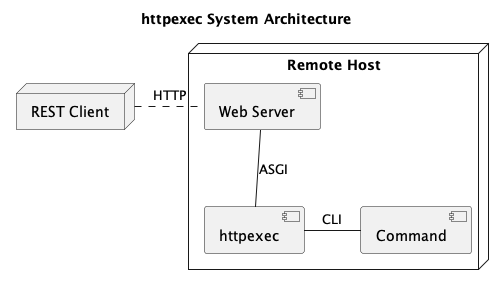
Before: docs/httpexec.png, a diagram exported from PlantUML (mdklatt/httpexec). Its diagram source:
```plantuml
@startuml


title httpexec System Architecture

node "REST Client" as client {
}

node "Remote Host" {
	component "httpexec" as httpexec
    component "Web Server" as server
	component "Command" as command
}


client .right. server : HTTP
server -down- httpexec : ASGI
httpexec -right- command : CLI

@enduml
```
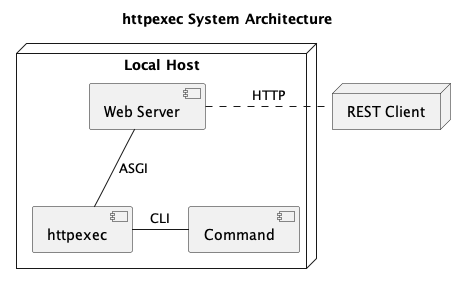
After the change.

The edit, as a diff of the source:
```diff
@@ -6,14 +6,13 @@
 node "REST Client" as client {
 }
 
-node "Remote Host" {
+node "Local Host" {
 	component "httpexec" as httpexec
     component "Web Server" as server
 	component "Command" as command
 }
 
-
-client .right. server : HTTP
+server .right. client : HTTP
 server -down- httpexec : ASGI
 httpexec -right- command : CLI
 
```
